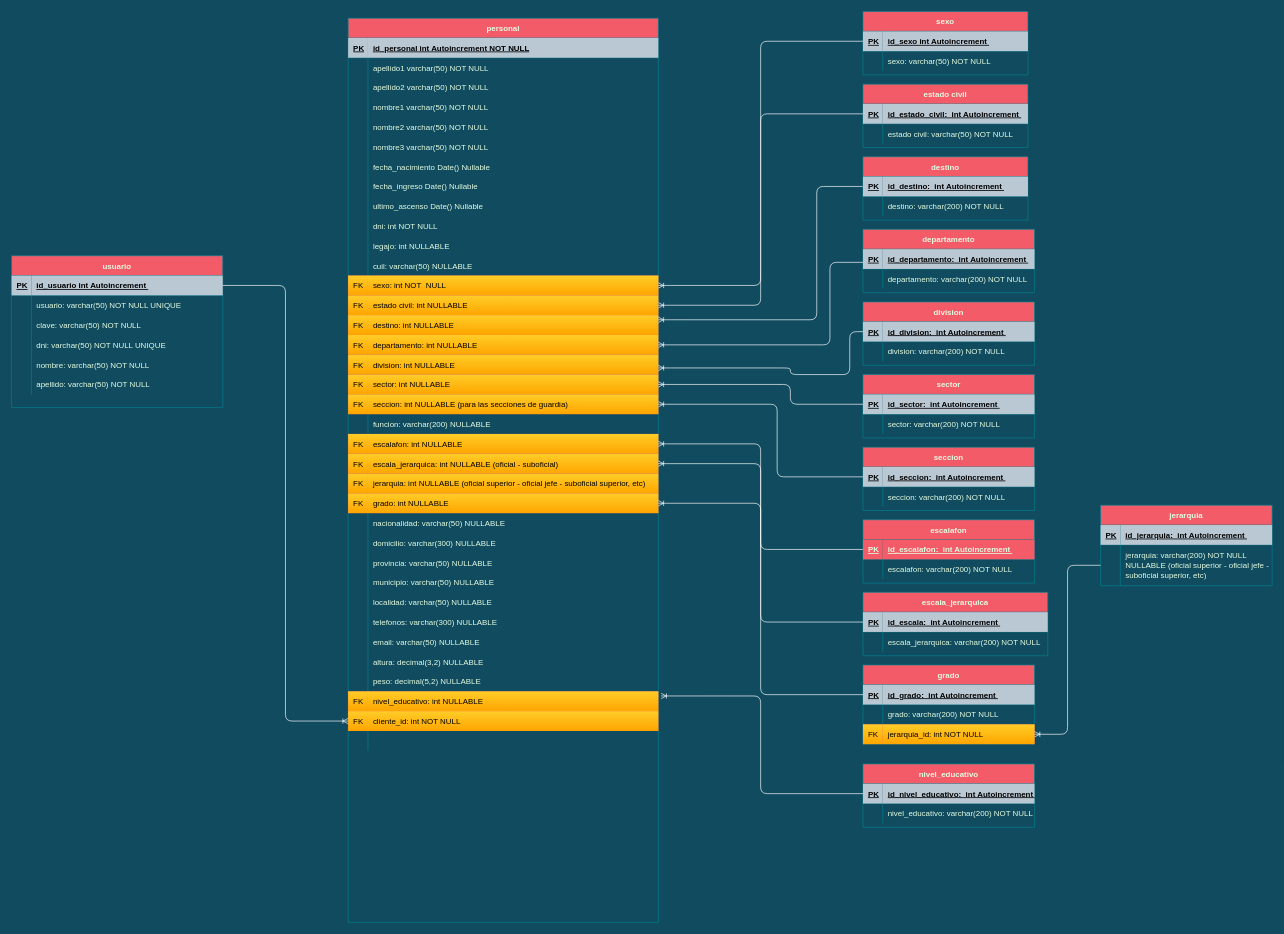
Before: Cuerpo Penitenciario.drawio in FSALVA157/EsquemasER, a draw.io diagram. Source tidied: cells renumbered, new cells numbered last; positions are measured from the earlier drawing's top-left corner, leaving out a move shared by most shapes. Both pictures are drawn from the tidied source at 66%, with x=0, y=0 at pixel (11, 11).
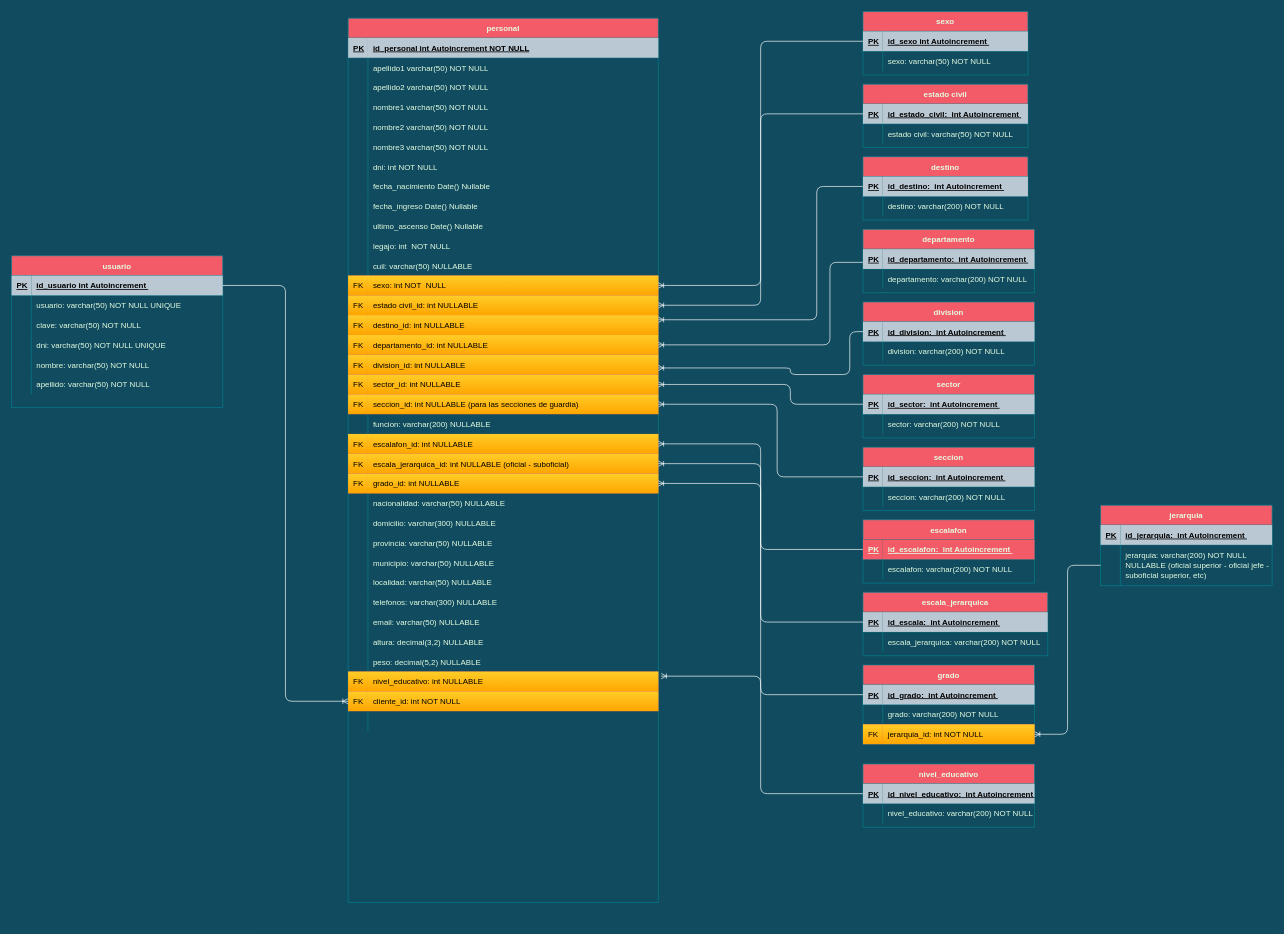
Above is the later version.

Unchanged cells that the change refers to:
```xml
<mxCell id="33" style="shape=partialRectangle;fillColor=none;top=0;left=0;right=0;bottom=0;strokeColor=#028090;fontColor=#E4FDE1;" parent="2" vertex="1">
  <mxGeometry y="330" width="470" height="30" as="geometry" />
</mxCell>
<mxCell id="42" style="shape=partialRectangle;fillColor=#F45B69;points=[[0,0.5],[1,0.5]];portConstraint=eastwest;top=0;left=0;right=0;bottom=0;strokeColor=#028090;fontColor=#E4FDE1;" parent="2" vertex="1">
  <mxGeometry y="420" width="470" height="30" as="geometry" />
</mxCell>
<mxCell id="45" style="shape=partialRectangle;fillColor=#F45B69;points=[[0,0.5],[1,0.5]];portConstraint=eastwest;top=0;left=0;right=0;bottom=0;strokeColor=#028090;fontColor=#E4FDE1;" parent="2" vertex="1">
  <mxGeometry y="450" width="470" height="30" as="geometry" />
</mxCell>
<mxCell id="48" style="shape=partialRectangle;fillColor=#F45B69;points=[[0,0.5],[1,0.5]];portConstraint=eastwest;top=0;left=0;right=0;bottom=0;strokeColor=#028090;fontColor=#E4FDE1;" parent="2" vertex="1">
  <mxGeometry y="480" width="470" height="30" as="geometry" />
</mxCell>
<mxCell id="51" style="shape=partialRectangle;fillColor=#F45B69;points=[[0,0.5],[1,0.5]];portConstraint=eastwest;top=0;left=0;right=0;bottom=0;strokeColor=#028090;fontColor=#E4FDE1;" parent="2" vertex="1">
  <mxGeometry y="510" width="470" height="30" as="geometry" />
</mxCell>
<mxCell id="54" style="shape=partialRectangle;fillColor=#F45B69;points=[[0,0.5],[1,0.5]];portConstraint=eastwest;top=0;left=0;right=0;bottom=0;strokeColor=#028090;fontColor=#E4FDE1;" parent="2" vertex="1">
  <mxGeometry y="540" width="470" height="30" as="geometry" />
</mxCell>
<mxCell id="57" style="shape=partialRectangle;fillColor=#F45B69;points=[[0,0.5],[1,0.5]];portConstraint=eastwest;top=0;left=0;right=0;bottom=0;strokeColor=#028090;fontColor=#E4FDE1;" parent="2" vertex="1">
  <mxGeometry y="570" width="470" height="30" as="geometry" />
</mxCell>
<mxCell id="63" style="shape=partialRectangle;fillColor=#F45B69;points=[[0,0.5],[1,0.5]];portConstraint=eastwest;top=0;left=0;right=0;bottom=0;strokeColor=#028090;fontColor=#E4FDE1;" parent="2" vertex="1">
  <mxGeometry y="630" width="470" height="30" as="geometry" />
</mxCell>
<mxCell id="66" style="shape=partialRectangle;fillColor=#F45B69;points=[[0,0.5],[1,0.5]];portConstraint=eastwest;top=0;left=0;right=0;bottom=0;strokeColor=#028090;fontColor=#E4FDE1;" parent="2" vertex="1">
  <mxGeometry y="660" width="470" height="30" as="geometry" />
</mxCell>
```

Diff of the diagram source:
```diff
@@
     <mxCell id="2" value="personal" style="shape=table;startSize=30;childLayout=tableLayout;rowLines=0;fontStyle=1;align=center;fillColor=#F45B69;strokeColor=#028090;fontColor=#E4FDE1;" parent="1" vertex="1">
-      <mxGeometry x="510" y="10" width="470" height="1370" as="geometry" />
+      <mxGeometry x="510" y="10" width="470" height="1340" as="geometry" />
     </mxCell>
@@
+    <mxCell id="30" style="shape=partialRectangle;fillColor=none;top=0;left=0;right=0;bottom=0;strokeColor=#028090;fontColor=#E4FDE1;" parent="2" vertex="1">
+      <mxGeometry y="210" width="470" height="30" as="geometry" />
+    </mxCell>
+    <mxCell id="31" style="shape=partialRectangle;overflow=hidden;fillColor=none;top=0;left=0;bottom=0;right=0;strokeColor=#028090;fontColor=#E4FDE1;" parent="30" vertex="1">
+      <mxGeometry width="30" height="30" as="geometry" />
+    </mxCell>
+    <mxCell id="32" value="dni: int NOT NULL" style="shape=partialRectangle;overflow=hidden;top=0;left=0;bottom=0;right=0;align=left;spacingLeft=6;perimeterSpacing=0;strokeWidth=1;opacity=0;labelBorderColor=none;fillColor=none;strokeColor=#028090;fontColor=#E4FDE1;" parent="30" vertex="1">
+      <mxGeometry x="30" width="440" height="30" as="geometry" />
+    </mxCell>
     <mxCell id="21" style="shape=partialRectangle;fillColor=none;top=0;left=0;right=0;bottom=0;strokeColor=#028090;fontColor=#E4FDE1;" parent="2" vertex="1">
-      <mxGeometry y="210" width="470" height="30" as="geometry" />
+      <mxGeometry y="240" width="470" height="30" as="geometry" />
     </mxCell>
@@
     <mxCell id="24" style="shape=partialRectangle;fillColor=none;top=0;left=0;right=0;bottom=0;strokeColor=#028090;fontColor=#E4FDE1;" parent="2" vertex="1">
-      <mxGeometry y="240" width="470" height="30" as="geometry" />
+      <mxGeometry y="270" width="470" height="30" as="geometry" />
     </mxCell>
@@
     <mxCell id="27" style="shape=partialRectangle;fillColor=none;top=0;left=0;right=0;bottom=0;strokeColor=#028090;fontColor=#E4FDE1;" parent="2" vertex="1">
-      <mxGeometry y="270" width="470" height="30" as="geometry" />
+      <mxGeometry y="300" width="470" height="30" as="geometry" />
     </mxCell>
@@
-    <mxCell id="30" style="shape=partialRectangle;fillColor=none;top=0;left=0;right=0;bottom=0;strokeColor=#028090;fontColor=#E4FDE1;" parent="2" vertex="1">
-      <mxGeometry y="300" width="470" height="30" as="geometry" />
-    </mxCell>
-    <mxCell id="31" style="shape=partialRectangle;overflow=hidden;fillColor=none;top=0;left=0;bottom=0;right=0;strokeColor=#028090;fontColor=#E4FDE1;" parent="30" vertex="1">
-      <mxGeometry width="30" height="30" as="geometry" />
-    </mxCell>
-    <mxCell id="32" value="dni: int NOT NULL" style="shape=partialRectangle;overflow=hidden;top=0;left=0;bottom=0;right=0;align=left;spacingLeft=6;perimeterSpacing=0;strokeWidth=1;opacity=0;labelBorderColor=none;fillColor=none;strokeColor=#028090;fontColor=#E4FDE1;" parent="30" vertex="1">
-      <mxGeometry x="30" width="440" height="30" as="geometry" />
-    </mxCell>
@@
-    <mxCell id="35" value="legajo: int NULLABLE" style="shape=partialRectangle;overflow=hidden;top=0;left=0;bottom=0;right=0;align=left;spacingLeft=6;perimeterSpacing=0;strokeWidth=1;opacity=0;labelBorderColor=none;fillColor=none;strokeColor=#028090;fontColor=#E4FDE1;" parent="33" vertex="1">
+    <mxCell id="35" value="legajo: int  NOT NULL" style="shape=partialRectangle;overflow=hidden;top=0;left=0;bottom=0;right=0;align=left;spacingLeft=6;perimeterSpacing=0;strokeWidth=1;opacity=0;labelBorderColor=none;fillColor=none;strokeColor=#028090;fontColor=#E4FDE1;" parent="33" vertex="1">
       <mxGeometry x="30" width="440" height="30" as="geometry" />
     </mxCell>
@@
-    <mxCell id="44" value="estado civil: int NULLABLE" style="shape=partialRectangle;overflow=hidden;top=0;left=0;bottom=0;right=0;align=left;spacingLeft=6;perimeterSpacing=0;strokeWidth=1;labelBorderColor=none;fillColor=#ffcd28;strokeColor=#d79b00;fontColor=#000000;gradientColor=#ffa500;" parent="42" vertex="1">
+    <mxCell id="44" value="estado civil_id: int NULLABLE" style="shape=partialRectangle;overflow=hidden;top=0;left=0;bottom=0;right=0;align=left;spacingLeft=6;perimeterSpacing=0;strokeWidth=1;labelBorderColor=none;fillColor=#ffcd28;strokeColor=#d79b00;fontColor=#000000;gradientColor=#ffa500;" parent="42" vertex="1">
       <mxGeometry x="30" width="440" height="30" as="geometry" />
     </mxCell>
@@
-    <mxCell id="47" value="destino: int NULLABLE" style="shape=partialRectangle;overflow=hidden;top=0;left=0;bottom=0;right=0;align=left;spacingLeft=6;perimeterSpacing=0;strokeWidth=1;labelBorderColor=none;fillColor=#ffcd28;strokeColor=#d79b00;fontColor=#000000;gradientColor=#ffa500;" parent="45" vertex="1">
+    <mxCell id="47" value="destino_id: int NULLABLE" style="shape=partialRectangle;overflow=hidden;top=0;left=0;bottom=0;right=0;align=left;spacingLeft=6;perimeterSpacing=0;strokeWidth=1;labelBorderColor=none;fillColor=#ffcd28;strokeColor=#d79b00;fontColor=#000000;gradientColor=#ffa500;" parent="45" vertex="1">
       <mxGeometry x="30" width="440" height="30" as="geometry" />
     </mxCell>
@@
-    <mxCell id="50" value="departamento: int NULLABLE" style="shape=partialRectangle;overflow=hidden;top=0;left=0;bottom=0;right=0;align=left;spacingLeft=6;perimeterSpacing=0;strokeWidth=1;labelBorderColor=none;fillColor=#ffcd28;strokeColor=#d79b00;fontColor=#000000;gradientColor=#ffa500;" parent="48" vertex="1">
+    <mxCell id="50" value="departamento_id: int NULLABLE" style="shape=partialRectangle;overflow=hidden;top=0;left=0;bottom=0;right=0;align=left;spacingLeft=6;perimeterSpacing=0;strokeWidth=1;labelBorderColor=none;fillColor=#ffcd28;strokeColor=#d79b00;fontColor=#000000;gradientColor=#ffa500;" parent="48" vertex="1">
       <mxGeometry x="30" width="440" height="30" as="geometry" />
     </mxCell>
@@
-    <mxCell id="53" value="division: int NULLABLE" style="shape=partialRectangle;overflow=hidden;top=0;left=0;bottom=0;right=0;align=left;spacingLeft=6;perimeterSpacing=0;strokeWidth=1;labelBorderColor=none;fillColor=#ffcd28;strokeColor=#d79b00;fontColor=#000000;gradientColor=#ffa500;" parent="51" vertex="1">
+    <mxCell id="53" value="division_id: int NULLABLE" style="shape=partialRectangle;overflow=hidden;top=0;left=0;bottom=0;right=0;align=left;spacingLeft=6;perimeterSpacing=0;strokeWidth=1;labelBorderColor=none;fillColor=#ffcd28;strokeColor=#d79b00;fontColor=#000000;gradientColor=#ffa500;" parent="51" vertex="1">
       <mxGeometry x="30" width="440" height="30" as="geometry" />
     </mxCell>
@@
-    <mxCell id="56" value="sector: int NULLABLE" style="shape=partialRectangle;overflow=hidden;top=0;left=0;bottom=0;right=0;align=left;spacingLeft=6;perimeterSpacing=0;strokeWidth=1;labelBorderColor=none;fillColor=#ffcd28;strokeColor=#d79b00;fontColor=#000000;gradientColor=#ffa500;" parent="54" vertex="1">
+    <mxCell id="56" value="sector_id: int NULLABLE" style="shape=partialRectangle;overflow=hidden;top=0;left=0;bottom=0;right=0;align=left;spacingLeft=6;perimeterSpacing=0;strokeWidth=1;labelBorderColor=none;fillColor=#ffcd28;strokeColor=#d79b00;fontColor=#000000;gradientColor=#ffa500;" parent="54" vertex="1">
       <mxGeometry x="30" width="440" height="30" as="geometry" />
     </mxCell>
@@
-    <mxCell id="59" value="seccion: int NULLABLE (para las secciones de guardia)" style="shape=partialRectangle;overflow=hidden;top=0;left=0;bottom=0;right=0;align=left;spacingLeft=6;perimeterSpacing=0;strokeWidth=1;labelBorderColor=none;fillColor=#ffcd28;strokeColor=#d79b00;fontColor=#000000;gradientColor=#ffa500;" parent="57" vertex="1">
+    <mxCell id="59" value="seccion_id: int NULLABLE (para las secciones de guardia)" style="shape=partialRectangle;overflow=hidden;top=0;left=0;bottom=0;right=0;align=left;spacingLeft=6;perimeterSpacing=0;strokeWidth=1;labelBorderColor=none;fillColor=#ffcd28;strokeColor=#d79b00;fontColor=#000000;gradientColor=#ffa500;" parent="57" vertex="1">
       <mxGeometry x="30" width="440" height="30" as="geometry" />
     </mxCell>
@@
-    <mxCell id="65" value="escalafon: int NULLABLE " style="shape=partialRectangle;overflow=hidden;top=0;left=0;bottom=0;right=0;align=left;spacingLeft=6;perimeterSpacing=0;strokeWidth=1;labelBorderColor=none;fillColor=#ffcd28;strokeColor=#d79b00;fontColor=#000000;gradientColor=#ffa500;" parent="63" vertex="1">
+    <mxCell id="65" value="escalafon_id: int NULLABLE " style="shape=partialRectangle;overflow=hidden;top=0;left=0;bottom=0;right=0;align=left;spacingLeft=6;perimeterSpacing=0;strokeWidth=1;labelBorderColor=none;fillColor=#ffcd28;strokeColor=#d79b00;fontColor=#000000;gradientColor=#ffa500;" parent="63" vertex="1">
       <mxGeometry x="30" width="440" height="30" as="geometry" />
     </mxCell>
@@
-    <mxCell id="68" value="escala_jerarquica: int NULLABLE (oficial - suboficial)" style="shape=partialRectangle;overflow=hidden;top=0;left=0;bottom=0;right=0;align=left;spacingLeft=6;perimeterSpacing=0;strokeWidth=1;labelBorderColor=none;fillColor=#ffcd28;strokeColor=#d79b00;fontColor=#000000;gradientColor=#ffa500;" parent="66" vertex="1">
+    <mxCell id="68" value="escala_jerarquica_id: int NULLABLE (oficial - suboficial)" style="shape=partialRectangle;overflow=hidden;top=0;left=0;bottom=0;right=0;align=left;spacingLeft=6;perimeterSpacing=0;strokeWidth=1;labelBorderColor=none;fillColor=#ffcd28;strokeColor=#d79b00;fontColor=#000000;gradientColor=#ffa500;" parent="66" vertex="1">
       <mxGeometry x="30" width="440" height="30" as="geometry" />
     </mxCell>
-    <mxCell id="69" style="shape=partialRectangle;fillColor=#F45B69;top=0;left=0;right=0;bottom=0;strokeColor=#028090;fontColor=#E4FDE1;" parent="2" vertex="1">
-      <mxGeometry y="690" width="470" height="30" as="geometry" />
-    </mxCell>
-    <mxCell id="70" value="FK" style="shape=partialRectangle;overflow=hidden;fillColor=#ffcd28;top=0;left=0;bottom=0;right=0;strokeColor=#d79b00;fontColor=#000000;align=left;strokeWidth=1;gradientColor=#ffa500;spacingLeft=6;" parent="69" vertex="1">
-      <mxGeometry width="30" height="30" as="geometry" />
-    </mxCell>
-    <mxCell id="71" value="jerarquia: int NULLABLE (oficial superior - oficial jefe - suboficial superior, etc)" style="shape=partialRectangle;overflow=hidden;top=0;left=0;bottom=0;right=0;align=left;spacingLeft=6;perimeterSpacing=0;strokeWidth=1;labelBorderColor=none;fillColor=#ffcd28;strokeColor=#d79b00;fontColor=#000000;gradientColor=#ffa500;" parent="69" vertex="1">
-      <mxGeometry x="30" width="440" height="30" as="geometry" />
-    </mxCell>
     <mxCell id="72" style="shape=partialRectangle;fillColor=#F45B69;points=[[0,0.5],[1,0.5]];portConstraint=eastwest;top=0;left=0;right=0;bottom=0;strokeColor=#028090;fontColor=#E4FDE1;" parent="2" vertex="1">
-      <mxGeometry y="720" width="470" height="30" as="geometry" />
+      <mxGeometry y="690" width="470" height="30" as="geometry" />
     </mxCell>
@@
-    <mxCell id="74" value="grado: int NULLABLE " style="shape=partialRectangle;overflow=hidden;top=0;left=0;bottom=0;right=0;align=left;spacingLeft=6;perimeterSpacing=0;strokeWidth=1;labelBorderColor=none;fillColor=#ffcd28;strokeColor=#d79b00;fontColor=#000000;gradientColor=#ffa500;" parent="72" vertex="1">
+    <mxCell id="74" value="grado_id: int NULLABLE " style="shape=partialRectangle;overflow=hidden;top=0;left=0;bottom=0;right=0;align=left;spacingLeft=6;perimeterSpacing=0;strokeWidth=1;labelBorderColor=none;fillColor=#ffcd28;strokeColor=#d79b00;fontColor=#000000;gradientColor=#ffa500;" parent="72" vertex="1">
       <mxGeometry x="30" width="440" height="30" as="geometry" />
     </mxCell>
     <mxCell id="75" style="shape=partialRectangle;fillColor=none;top=0;left=0;right=0;bottom=0;strokeColor=#028090;fontColor=#E4FDE1;" parent="2" vertex="1">
-      <mxGeometry y="750" width="470" height="30" as="geometry" />
+      <mxGeometry y="720" width="470" height="30" as="geometry" />
     </mxCell>
@@
     <mxCell id="78" style="shape=partialRectangle;fillColor=none;top=0;left=0;right=0;bottom=0;strokeColor=#028090;fontColor=#E4FDE1;" parent="2" vertex="1">
-      <mxGeometry y="780" width="470" height="30" as="geometry" />
+      <mxGeometry y="750" width="470" height="30" as="geometry" />
     </mxCell>
@@
     <mxCell id="81" style="shape=partialRectangle;fillColor=none;top=0;left=0;right=0;bottom=0;strokeColor=#028090;fontColor=#E4FDE1;" parent="2" vertex="1">
-      <mxGeometry y="810" width="470" height="30" as="geometry" />
+      <mxGeometry y="780" width="470" height="30" as="geometry" />
     </mxCell>
@@
     <mxCell id="84" style="shape=partialRectangle;fillColor=none;top=0;left=0;right=0;bottom=0;strokeColor=#028090;fontColor=#E4FDE1;" parent="2" vertex="1">
-      <mxGeometry y="840" width="470" height="30" as="geometry" />
+      <mxGeometry y="810" width="470" height="30" as="geometry" />
     </mxCell>
@@
     <mxCell id="87" style="shape=partialRectangle;fillColor=none;top=0;left=0;right=0;bottom=0;strokeColor=#028090;fontColor=#E4FDE1;" parent="2" vertex="1">
-      <mxGeometry y="870" width="470" height="30" as="geometry" />
+      <mxGeometry y="840" width="470" height="30" as="geometry" />
     </mxCell>
@@
     <mxCell id="90" style="shape=partialRectangle;fillColor=none;top=0;left=0;right=0;bottom=0;strokeColor=#028090;fontColor=#E4FDE1;" parent="2" vertex="1">
-      <mxGeometry y="900" width="470" height="30" as="geometry" />
+      <mxGeometry y="870" width="470" height="30" as="geometry" />
     </mxCell>
@@
     <mxCell id="93" style="shape=partialRectangle;fillColor=none;top=0;left=0;right=0;bottom=0;strokeColor=#028090;fontColor=#E4FDE1;" parent="2" vertex="1">
-      <mxGeometry y="930" width="470" height="30" as="geometry" />
+      <mxGeometry y="900" width="470" height="30" as="geometry" />
     </mxCell>
@@
     <mxCell id="96" style="shape=partialRectangle;fillColor=none;top=0;left=0;right=0;bottom=0;strokeColor=#028090;fontColor=#E4FDE1;" parent="2" vertex="1">
-      <mxGeometry y="960" width="470" height="30" as="geometry" />
+      <mxGeometry y="930" width="470" height="30" as="geometry" />
     </mxCell>
@@
     <mxCell id="99" style="shape=partialRectangle;fillColor=none;top=0;left=0;right=0;bottom=0;strokeColor=#028090;fontColor=#E4FDE1;" parent="2" vertex="1">
-      <mxGeometry y="990" width="470" height="30" as="geometry" />
+      <mxGeometry y="960" width="470" height="30" as="geometry" />
     </mxCell>
@@
     <mxCell id="102" style="shape=partialRectangle;fillColor=#F45B69;points=[[0,0.5],[1,0.5]];portConstraint=eastwest;top=0;left=0;right=0;bottom=0;strokeColor=#028090;fontColor=#E4FDE1;" parent="2" vertex="1">
-      <mxGeometry y="1020" width="470" height="30" as="geometry" />
+      <mxGeometry y="990" width="470" height="30" as="geometry" />
     </mxCell>
@@
     <mxCell id="105" style="shape=partialRectangle;fillColor=#F45B69;points=[[0,0.5],[1,0.5]];portConstraint=eastwest;top=0;left=0;right=0;bottom=0;strokeColor=#028090;fontColor=#E4FDE1;" parent="2" vertex="1">
-      <mxGeometry y="1050" width="470" height="30" as="geometry" />
+      <mxGeometry y="1020" width="470" height="30" as="geometry" />
     </mxCell>
@@
     <mxCell id="108" style="shape=partialRectangle;fillColor=none;top=0;left=0;right=0;bottom=0;strokeColor=#028090;fontColor=#E4FDE1;" parent="2" vertex="1">
-      <mxGeometry y="1080" width="470" height="30" as="geometry" />
+      <mxGeometry y="1050" width="470" height="30" as="geometry" />
     </mxCell>
```
